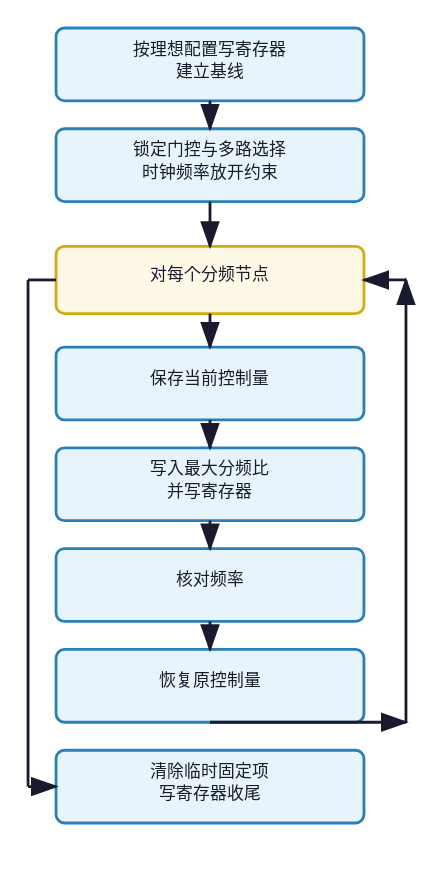
This is src/sv/agent/clock_tree/sequence/test/test_flip/flow.drawio.svg from XiaoHui2023/templates, a draw.io export, as it was before one commit. Source tidied: cells renumbered, new cells last; positions are measured from the earlier drawing's top-left corner, leaving out a move shared by most shapes. Source of this version:
```xml
<mxGraphModel>
  <root>
    <mxCell id="0" />
    <mxCell id="1" parent="0" />
    <mxCell id="2" value="按理想配置写寄存器&#10;建立基线" style="rounded=1;whiteSpace=wrap;html=1;fillColor=#e8f4fc;strokeColor=#2980b9;align=center;verticalAlign=middle;fontSize=12;" parent="1" vertex="1">
      <mxGeometry width="220" height="52" as="geometry" />
    </mxCell>
    <mxCell id="3" value="锁定门控与多路选择&#10;时钟频率放开约束" style="rounded=1;whiteSpace=wrap;html=1;fillColor=#e8f4fc;strokeColor=#2980b9;align=center;verticalAlign=middle;fontSize=12;" parent="1" vertex="1">
      <mxGeometry y="72" width="220" height="52" as="geometry" />
    </mxCell>
    <mxCell id="4" style="edgeStyle=orthogonalEdgeStyle;rounded=0;jettySize=auto;html=1;endArrow=classic;endFill=1;strokeColor=#1a1a2e;" parent="1" edge="1" source="2" target="3">
      <mxGeometry relative="1" as="geometry" />
    </mxCell>
    <mxCell id="5" value="对每个分频节点" style="shape=hexagon;perimeter=hexagonPerimeter2;whiteSpace=wrap;html=1;fillColor=#fef9e7;strokeColor=#d4ac0d;align=center;verticalAlign=middle;fontSize=11;" parent="1" vertex="1">
      <mxGeometry y="156" width="220" height="48" as="geometry" />
    </mxCell>
    <mxCell id="6" style="edgeStyle=orthogonalEdgeStyle;rounded=0;jettySize=auto;html=1;endArrow=classic;endFill=1;strokeColor=#1a1a2e;" parent="1" edge="1" source="3" target="5">
      <mxGeometry relative="1" as="geometry" />
    </mxCell>
    <mxCell id="7" value="保存当前控制量" style="rounded=1;whiteSpace=wrap;html=1;fillColor=#e8f4fc;strokeColor=#2980b9;align=center;verticalAlign=middle;fontSize=12;" parent="1" vertex="1">
      <mxGeometry y="228" width="220" height="52" as="geometry" />
    </mxCell>
    <mxCell id="8" style="edgeStyle=orthogonalEdgeStyle;rounded=0;jettySize=auto;html=1;endArrow=classic;endFill=1;strokeColor=#1a1a2e;" parent="1" edge="1" source="5" target="7">
      <mxGeometry relative="1" as="geometry" />
    </mxCell>
    <mxCell id="9" value="写入最大分频比&#10;并写寄存器" style="rounded=1;whiteSpace=wrap;html=1;fillColor=#e8f4fc;strokeColor=#2980b9;align=center;verticalAlign=middle;fontSize=12;" parent="1" vertex="1">
      <mxGeometry y="300" width="220" height="52" as="geometry" />
    </mxCell>
    <mxCell id="10" style="edgeStyle=orthogonalEdgeStyle;rounded=0;jettySize=auto;html=1;endArrow=classic;endFill=1;strokeColor=#1a1a2e;" parent="1" edge="1" source="7" target="9">
      <mxGeometry relative="1" as="geometry" />
    </mxCell>
    <mxCell id="11" value="核对频率" style="rounded=1;whiteSpace=wrap;html=1;fillColor=#e8f4fc;strokeColor=#2980b9;align=center;verticalAlign=middle;fontSize=12;" parent="1" vertex="1">
      <mxGeometry y="372" width="220" height="52" as="geometry" />
    </mxCell>
    <mxCell id="12" style="edgeStyle=orthogonalEdgeStyle;rounded=0;jettySize=auto;html=1;endArrow=classic;endFill=1;strokeColor=#1a1a2e;" parent="1" edge="1" source="9" target="11">
      <mxGeometry relative="1" as="geometry" />
    </mxCell>
    <mxCell id="13" value="恢复原控制量" style="rounded=1;whiteSpace=wrap;html=1;fillColor=#e8f4fc;strokeColor=#2980b9;align=center;verticalAlign=middle;fontSize=12;" parent="1" vertex="1">
      <mxGeometry y="444" width="220" height="52" as="geometry" />
    </mxCell>
    <mxCell id="14" style="edgeStyle=orthogonalEdgeStyle;rounded=0;jettySize=auto;html=1;endArrow=classic;endFill=1;strokeColor=#1a1a2e;" parent="1" edge="1" source="11" target="13">
      <mxGeometry relative="1" as="geometry" />
    </mxCell>
    <mxCell id="15" value="清除临时固定项&#10;写寄存器收尾" style="rounded=1;whiteSpace=wrap;html=1;fillColor=#e8f4fc;strokeColor=#2980b9;align=center;verticalAlign=middle;fontSize=12;" parent="1" vertex="1">
      <mxGeometry y="516" width="220" height="52" as="geometry" />
    </mxCell>
    <mxCell id="16" value="下一节点" style="edgeStyle=orthogonalEdgeStyle;rounded=0;jettySize=auto;html=1;endArrow=classic;endFill=1;strokeColor=#1a1a2e;" parent="1" edge="1" source="13" target="5">
      <mxGeometry relative="1" as="geometry" />
    </mxCell>
    <mxCell id="17" value="全部完成" style="edgeStyle=orthogonalEdgeStyle;rounded=0;jettySize=auto;html=1;endArrow=classic;endFill=1;strokeColor=#1a1a2e;" parent="1" edge="1" source="5" target="15">
      <mxGeometry relative="1" as="geometry" />
    </mxCell>
  </root>
</mxGraphModel>
```
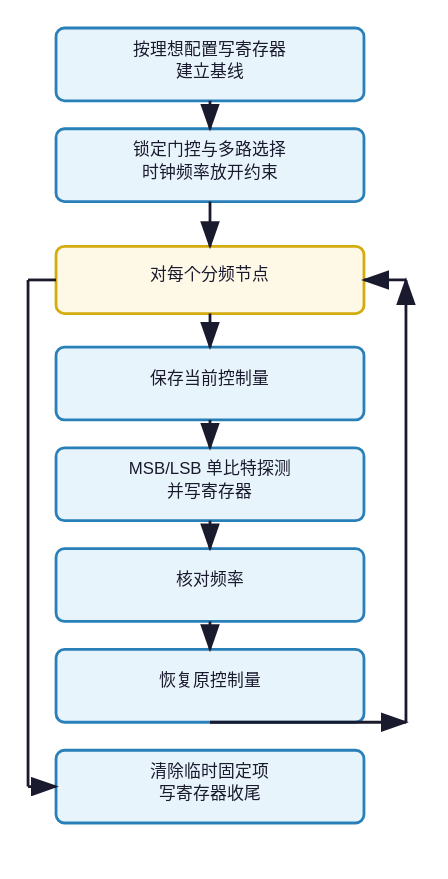
The same diagram one commit later.

The edit, as a diff of the source:
```diff
@@ -23,7 +23,7 @@
     <mxCell id="8" style="edgeStyle=orthogonalEdgeStyle;rounded=0;jettySize=auto;html=1;endArrow=classic;endFill=1;strokeColor=#1a1a2e;" parent="1" edge="1" source="5" target="7">
       <mxGeometry relative="1" as="geometry" />
     </mxCell>
-    <mxCell id="9" value="写入最大分频比&#10;并写寄存器" style="rounded=1;whiteSpace=wrap;html=1;fillColor=#e8f4fc;strokeColor=#2980b9;align=center;verticalAlign=middle;fontSize=12;" parent="1" vertex="1">
+    <mxCell id="9" value="MSB/LSB 单比特探测&#10;并写寄存器" style="rounded=1;whiteSpace=wrap;html=1;fillColor=#e8f4fc;strokeColor=#2980b9;align=center;verticalAlign=middle;fontSize=12;" parent="1" vertex="1">
       <mxGeometry y="300" width="220" height="52" as="geometry" />
     </mxCell>
     <mxCell id="10" style="edgeStyle=orthogonalEdgeStyle;rounded=0;jettySize=auto;html=1;endArrow=classic;endFill=1;strokeColor=#1a1a2e;" parent="1" edge="1" source="7" target="9">
```
